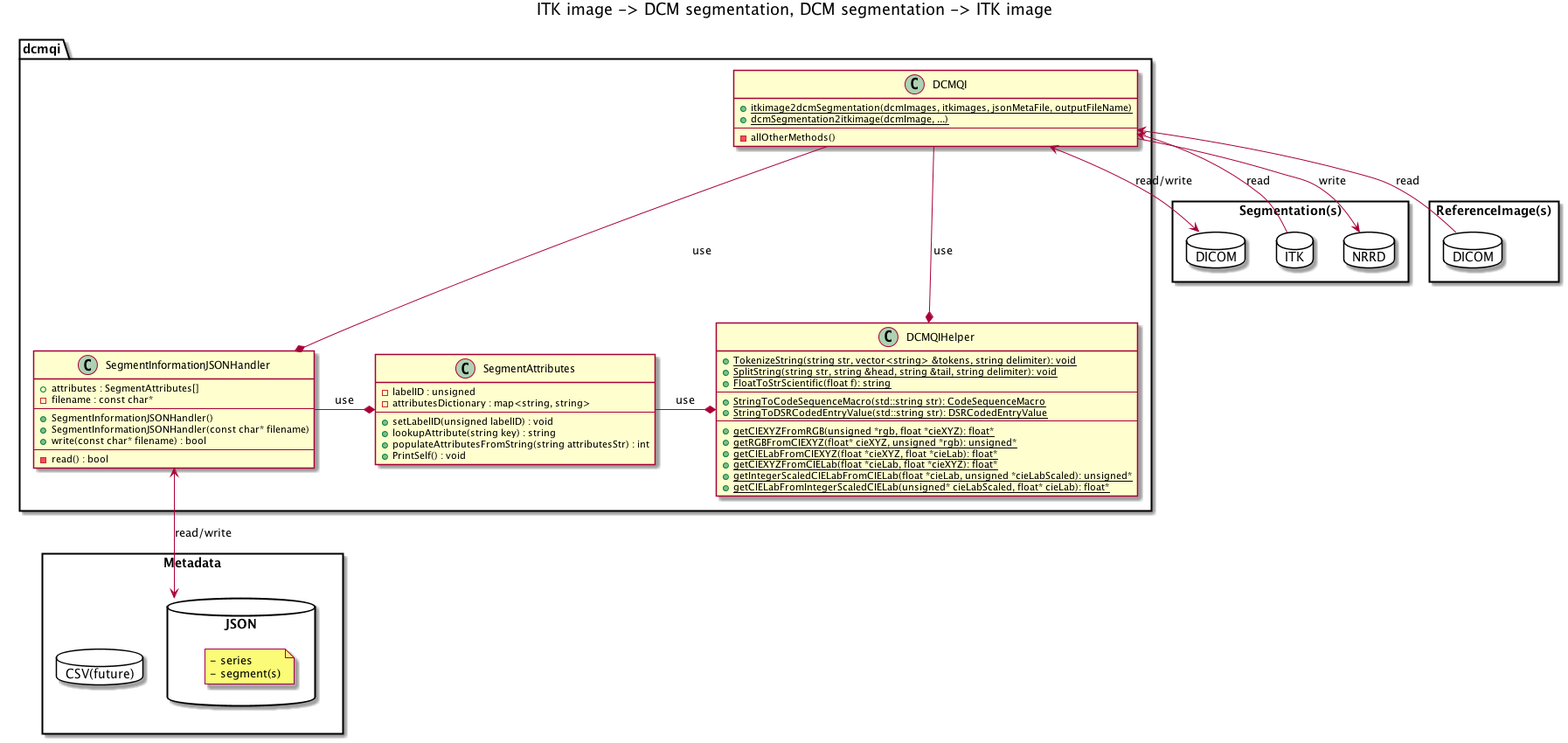
QIICR/dcmqi keeps this PlantUML diagram as Design/DICOMSegmentationConverter.png. Above is the earlier version.
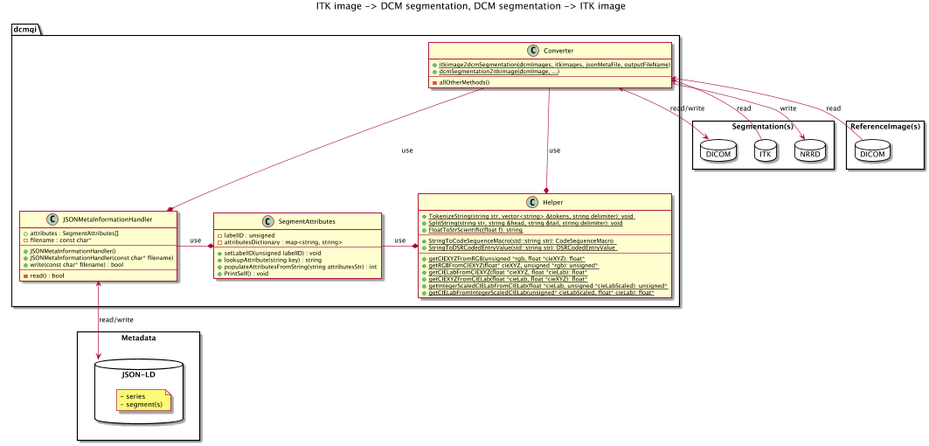
The same file after the commit.

Commit message:
ENH: Updated Design diagram: - removing DCMQI from classnames since those classes are already in the namespace dcmqi

Change to the diagram source:
```diff
@@ -3,13 +3,11 @@
 title ITK image -> DCM segmentation, DCM segmentation -> ITK image
 
 package Metadata <<Rectangle>> {
-    package JSON <<Database>> {
+    package JSON-LD as JSON <<Database>> {
         note as metaNote
           - series
           - segment(s)
         end note
-    }
-    package CSV(future) <<Database>> {
     }
 }
 
@@ -29,22 +27,22 @@
 
 package dcmqi {
 
-    DCMQI ---* SegmentInformationJSONHandler: use
-    DCMQI ---* DCMQIHelper : use
+    Converter ---* JSONMetaInformationHandler: use
+    Converter ---* Helper : use
 
-    SegmentInformationJSONHandler -* SegmentAttributes : use
+    JSONMetaInformationHandler -* SegmentAttributes : use
 
-    SegmentInformationJSONHandler <-> JSON : read/write
-    DCMQI <-> DICOM: read/write
-    DCMQI <- DICOM1: read
+    JSONMetaInformationHandler <-> JSON : read/write
+    Converter <-> DICOM: read/write
+    Converter <- DICOM1: read
 
-    DCMQI <- ITK: read
-    DCMQI -> NRRD: write
+    Converter <- ITK: read
+    Converter -> NRRD: write
 
-    SegmentAttributes -*  DCMQIHelper : use
+    SegmentAttributes -*  Helper : use
 }
 
-class DCMQIHelper {
+class Helper {
     + {static} TokenizeString(string str, vector<string> &tokens, string delimiter): void
     + {static} SplitString(string str, string &head, string &tail, string delimiter): void
     + {static} FloatToStrScientific(float f): string
@@ -60,19 +58,19 @@
     + {static} getCIELabFromIntegerScaledCIELab(unsigned* cieLabScaled, float* cieLab): float*
 }
 
-class DCMQI {
+class Converter {
     + {static} itkimage2dcmSegmentation(dcmImages, itkimages, jsonMetaFile, outputFileName)
     + {static} dcmSegmentation2itkimage(dcmImage, ...)
 ---
     - allOtherMethods()
 }
 
-class SegmentInformationJSONHandler {
+class JSONMetaInformationHandler {
     + attributes : SegmentAttributes[]
     - filename : const char*
 ---
-    + SegmentInformationJSONHandler()
-    + SegmentInformationJSONHandler(const char* filename)
+    + JSONMetaInformationHandler()
+    + JSONMetaInformationHandler(const char* filename)
     + write(const char* filename) : bool
 ---
     - read() : bool
```
